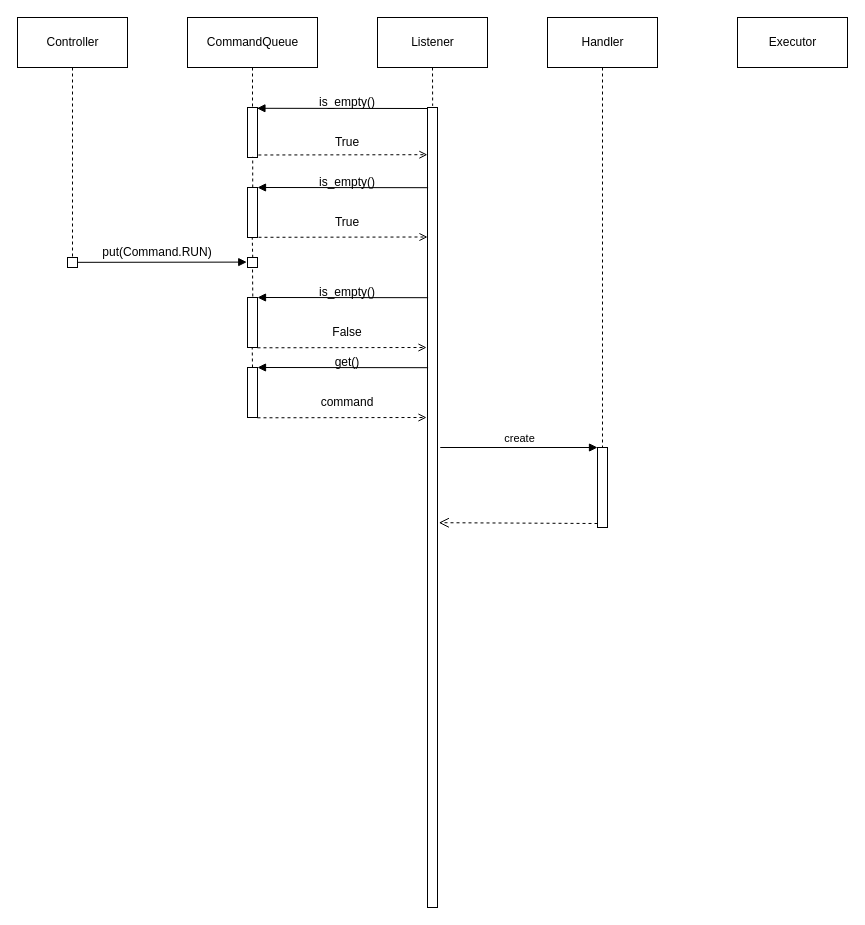
This is master/sources/diploma/architecture/diagrams/executor/sequence.drawio from stalker-fc/diploma, a draw.io file, before an edit. Source tidied: cells renumbered, new cells numbered last; positions are measured from the earlier drawing's top-left corner, leaving out a move shared by most shapes. Both pictures are drawn from the tidied source at 100%, with x=0, y=0 at pixel (17, 17).
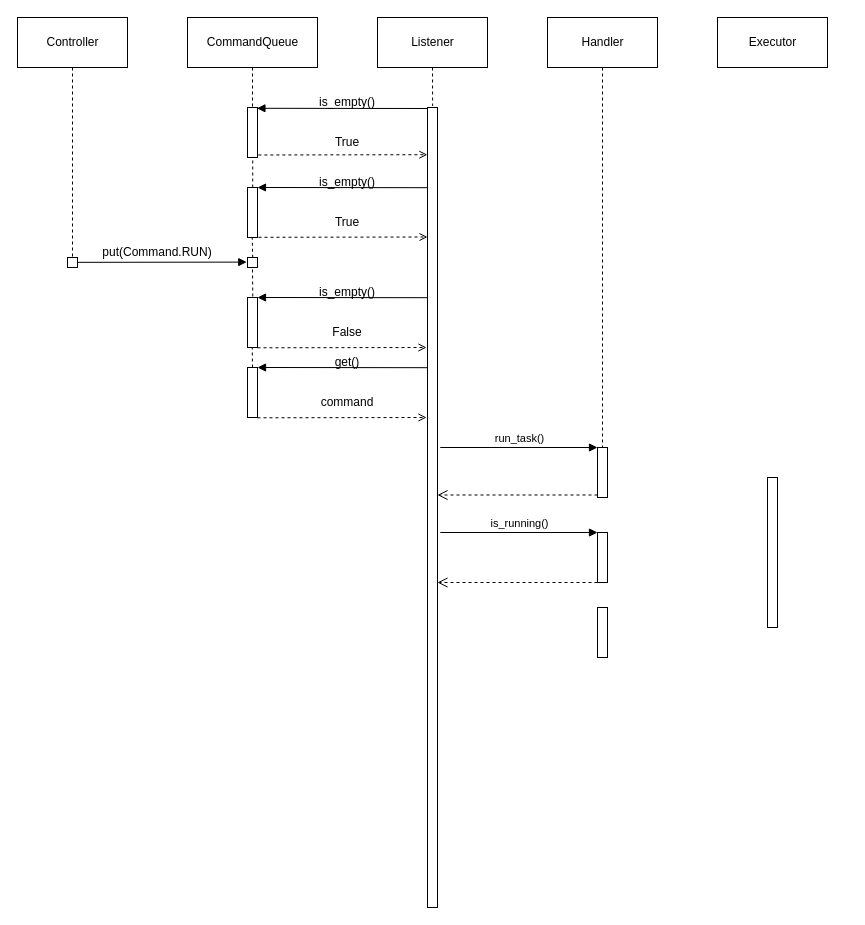
The same page after the edit.

The change refers to these unchanged cells:
```xml
<mxCell id="11" style="html=1;points=[];perimeter=orthogonalPerimeter;" parent="1" vertex="1">
  <mxGeometry x="410" y="90" width="10" height="800" as="geometry" />
</mxCell>
```

What changed in the source:
```diff
@@
     <mxCell id="10" value="Executor" style="html=1;" parent="1" vertex="1">
-      <mxGeometry x="720" width="110" height="50" as="geometry" />
+      <mxGeometry x="700" width="110" height="50" as="geometry" />
     </mxCell>
@@
     <mxCell id="40" style="html=1;points=[];perimeter=orthogonalPerimeter;" parent="1" vertex="1">
-      <mxGeometry x="580" y="430" width="10" height="80" as="geometry" />
+      <mxGeometry x="580" y="430" width="10" height="50" as="geometry" />
     </mxCell>
-    <mxCell id="41" value="create" style="html=1;verticalAlign=bottom;endArrow=block;entryX=0;entryY=0;rounded=0;exitX=1.276;exitY=0.425;exitDx=0;exitDy=0;exitPerimeter=0;" parent="1" edge="1" source="11" target="40">
+    <mxCell id="41" value="run_task()" style="html=1;verticalAlign=bottom;endArrow=block;entryX=0;entryY=0;rounded=0;exitX=1.276;exitY=0.425;exitDx=0;exitDy=0;exitPerimeter=0;" parent="1" edge="1" source="11" target="40">
       <mxGeometry relative="1" as="geometry" />
     </mxCell>
-    <mxCell id="42" style="html=1;verticalAlign=bottom;endArrow=open;dashed=1;endSize=8;exitX=0;exitY=0.95;rounded=0;entryX=1.133;entryY=0.519;entryDx=0;entryDy=0;entryPerimeter=0;" parent="1" edge="1" source="40" target="11">
+    <mxCell id="42" style="html=1;verticalAlign=bottom;endArrow=open;dashed=1;endSize=8;exitX=0;exitY=0.95;rounded=0;" parent="1" edge="1" source="40" target="11">
       <mxGeometry relative="1" as="geometry" />
     </mxCell>
+    <mxCell id="43" style="html=1;perimeter=orthogonalPerimeter;" parent="1" vertex="1">
+      <mxGeometry x="750" y="460" width="10" height="150" as="geometry" />
+    </mxCell>
+    <mxCell id="44" style="html=1;perimeter=orthogonalPerimeter;" parent="1" vertex="1">
+      <mxGeometry x="580" y="515" width="10" height="50" as="geometry" />
+    </mxCell>
+    <mxCell id="45" value="is_running()" style="html=1;verticalAlign=bottom;endArrow=block;entryX=0;entryY=0;rounded=0;exitX=1.276;exitY=0.425;exitDx=0;exitDy=0;exitPerimeter=0;" parent="1" edge="1">
+      <mxGeometry relative="1" as="geometry">
+        <mxPoint x="422.8" y="515" as="sourcePoint" />
+        <mxPoint x="580" y="515" as="targetPoint" />
+      </mxGeometry>
+    </mxCell>
+    <mxCell id="46" style="html=1;verticalAlign=bottom;endArrow=open;dashed=1;endSize=8;exitX=0;exitY=0.95;rounded=0;" parent="1" edge="1">
+      <mxGeometry relative="1" as="geometry">
+        <mxPoint x="580" y="565" as="sourcePoint" />
+        <mxPoint x="420" y="565" as="targetPoint" />
+      </mxGeometry>
+    </mxCell>
+    <mxCell id="47" style="html=1;perimeter=orthogonalPerimeter;" parent="1" vertex="1">
+      <mxGeometry x="580" y="590" width="10" height="50" as="geometry" />
+    </mxCell>
```
